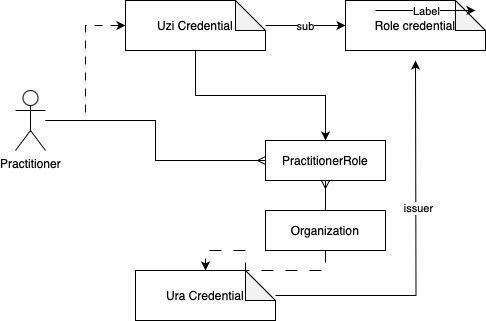
Before: input/images/Trust_structure_2.png, a diagram exported from draw.io (SanteonNL/shared-care-planning). Source tidied: cells renumbered, new cells last; positions are measured from the earlier drawing's top-left corner, leaving out a move shared by most shapes.
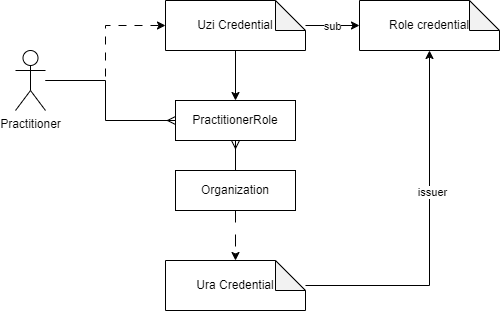
Above is the later version.

The edit, as a diff of the source:
```diff
@@ -5,19 +5,19 @@
     <mxCell id="2" style="edgeStyle=orthogonalEdgeStyle;rounded=0;jettySize=auto;html=1;endArrow=ERmany;endFill=0;" parent="1" edge="1" source="3" target="6">
       <mxGeometry relative="1" as="geometry">
         <Array as="points">
-          <mxPoint x="140" y="120" />
-          <mxPoint x="140" y="160" />
+          <mxPoint x="180" y="120" />
+          <mxPoint x="180" y="160" />
         </Array>
       </mxGeometry>
     </mxCell>
     <mxCell id="3" value="Practitioner" style="shape=umlActor;verticalLabelPosition=bottom;verticalAlign=top;html=1;outlineConnect=0;" parent="1" vertex="1">
-      <mxGeometry y="90" width="30" height="60" as="geometry" />
+      <mxGeometry x="90" y="90" width="30" height="60" as="geometry" />
     </mxCell>
     <mxCell id="4" style="edgeStyle=orthogonalEdgeStyle;rounded=0;jettySize=auto;html=1;entryX=0.5;entryY=0;entryDx=0;entryDy=0;" parent="1" edge="1" source="5" target="6">
       <mxGeometry relative="1" as="geometry" />
     </mxCell>
     <mxCell id="5" value="&lt;div style=&quot;text-align: start;&quot;&gt;&lt;div&gt;Uzi Credential&lt;/div&gt;&lt;div&gt;&lt;/div&gt;&lt;div&gt;&lt;/div&gt;&lt;/div&gt;&lt;div style=&quot;text-align: start;&quot;&gt;&lt;div&gt;&lt;/div&gt;&lt;/div&gt;" style="shape=note;whiteSpace=wrap;html=1;backgroundOutline=1;darkOpacity=0.05;" parent="1" vertex="1">
-      <mxGeometry x="110" width="140" height="50" as="geometry" />
+      <mxGeometry x="240" y="40" width="140" height="50" as="geometry" />
     </mxCell>
     <mxCell id="6" value="&lt;div style=&quot;text-align: start;&quot;&gt;PractitionerRole&lt;/div&gt;&lt;div style=&quot;text-align: start;&quot;&gt;&lt;div&gt;&lt;/div&gt;&lt;/div&gt;" style="rounded=0;whiteSpace=wrap;html=1;" parent="1" vertex="1">
       <mxGeometry x="250" y="140" width="120" height="40" as="geometry" />
@@ -28,16 +28,14 @@
     <mxCell id="8" value="&lt;div style=&quot;text-align: start;&quot;&gt;Organization&lt;br&gt;&lt;/div&gt;&lt;div style=&quot;text-align: start;&quot;&gt;&lt;div&gt;&lt;/div&gt;&lt;/div&gt;" style="rounded=0;whiteSpace=wrap;html=1;" parent="1" vertex="1">
       <mxGeometry x="250" y="210" width="120" height="40" as="geometry" />
     </mxCell>
-    <mxCell id="9" style="edgeStyle=orthogonalEdgeStyle;rounded=0;jettySize=auto;html=1;" parent="1" edge="1" source="11">
-      <mxGeometry relative="1" as="geometry">
-        <mxPoint x="400" y="60" as="targetPoint" />
-      </mxGeometry>
+    <mxCell id="9" style="edgeStyle=orthogonalEdgeStyle;rounded=0;jettySize=auto;html=1;" parent="1" edge="1" source="11" target="14">
+      <mxGeometry relative="1" as="geometry" />
     </mxCell>
     <mxCell id="10" value="issuer" style="edgeLabel;html=1;align=center;verticalAlign=middle;" parent="9" vertex="1">
       <mxGeometry x="0.22" y="-2" relative="1" as="geometry" />
     </mxCell>
     <mxCell id="11" value="&lt;div style=&quot;text-align: start;&quot;&gt;&lt;div&gt;Ura Credential&lt;br&gt;&lt;/div&gt;&lt;div&gt;&lt;/div&gt;&lt;div&gt;&lt;/div&gt;&lt;/div&gt;&lt;div style=&quot;text-align: start;&quot;&gt;&lt;div&gt;&lt;/div&gt;&lt;/div&gt;" style="shape=note;whiteSpace=wrap;html=1;backgroundOutline=1;darkOpacity=0.05;" parent="1" vertex="1">
-      <mxGeometry x="120" y="270" width="140" height="50" as="geometry" />
+      <mxGeometry x="240" y="300" width="140" height="50" as="geometry" />
     </mxCell>
     <mxCell id="12" style="edgeStyle=orthogonalEdgeStyle;rounded=0;jettySize=auto;html=1;entryX=0.5;entryY=0;entryDx=0;entryDy=0;entryPerimeter=0;dashed=1;dashPattern=12 12;" parent="1" edge="1" source="8" target="11">
       <mxGeometry relative="1" as="geometry" />
@@ -46,17 +44,8 @@
       <mxGeometry relative="1" as="geometry" />
     </mxCell>
     <mxCell id="14" value="&lt;div style=&quot;text-align: start;&quot;&gt;&lt;div&gt;Role credential&lt;/div&gt;&lt;div&gt;&lt;/div&gt;&lt;div&gt;&lt;/div&gt;&lt;/div&gt;&lt;div style=&quot;text-align: start;&quot;&gt;&lt;div&gt;&lt;/div&gt;&lt;/div&gt;" style="shape=note;whiteSpace=wrap;html=1;backgroundOutline=1;darkOpacity=0.05;" parent="1" vertex="1">
-      <mxGeometry x="330" width="140" height="50" as="geometry" />
+      <mxGeometry x="434" y="40" width="140" height="50" as="geometry" />
     </mxCell>
-    <mxCell id="15" style="endArrow=classic;html=1;rounded=0;" parent="1" edge="1">
-      <mxGeometry relative="1" as="geometry">
-        <mxPoint x="360" y="10" as="sourcePoint" />
-        <mxPoint x="460" y="10" as="targetPoint" />
-      </mxGeometry>
-    </mxCell>
-    <mxCell id="16" value="Label" style="edgeLabel;html=1;align=center;verticalAlign=middle;" parent="15" vertex="1">
-      <mxGeometry relative="1" as="geometry" />
-    </mxCell>
     <mxCell id="17" style="edgeStyle=orthogonalEdgeStyle;rounded=0;jettySize=auto;html=1;entryX=0;entryY=0.5;entryDx=0;entryDy=0;entryPerimeter=0;" parent="1" edge="1" source="5" target="14">
       <mxGeometry relative="1" as="geometry" />
     </mxCell>
```
